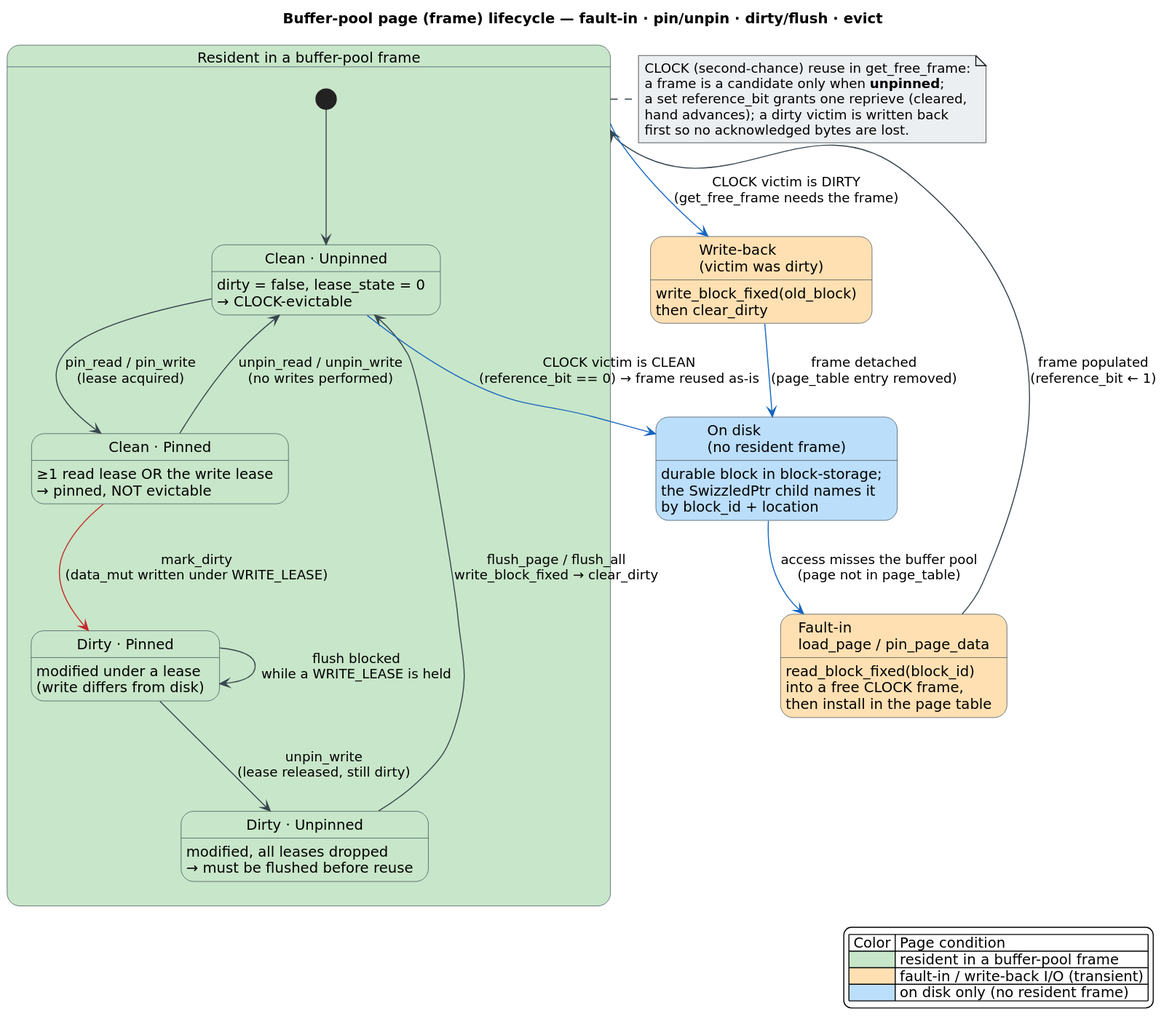
Before: docs/diagrams/buffer-page-lifecycle.svg, a diagram exported from PlantUML (vinary-tree/libdictenstein). Its source is kept beside it as docs/diagrams/src/buffer-page-lifecycle.puml.
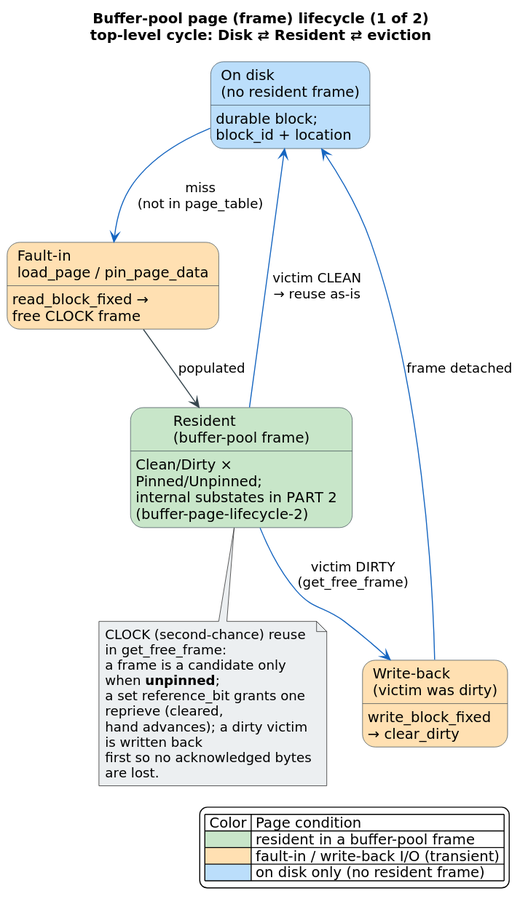
The same file after the commit.

Diff of the diagram source:
```diff
@@ -1,6 +1,7 @@
 @startuml buffer-page-lifecycle
 skinparam backgroundColor #FFFFFF
 skinparam defaultFontName "DejaVu Sans"
+skinparam wrapWidth 210
 skinparam shadowing false
 skinparam ArrowColor #37474F
 skinparam state {
@@ -8,40 +9,23 @@
   FontName "DejaVu Sans"
 }
 
-title Buffer-pool page (frame) lifecycle — fault-in · pin/unpin · dirty/flush · evict
+title Buffer-pool page (frame) lifecycle (1 of 2)\ntop-level cycle: Disk ⇄ Resident ⇄ eviction
 
-state "On disk\n(no resident frame)" as Disk #BBDEFB : durable block in block-storage;\nthe SwizzledPtr child names it\nby block_id + location
+state "On disk\n(no resident frame)" as Disk #BBDEFB : durable block;\nblock_id + location
 
-state "Fault-in\nload_page / pin_page_data" as FaultIn #FFE0B2 : read_block_fixed(block_id)\ninto a free CLOCK frame,\nthen install in the page table
+state "Fault-in\nload_page / pin_page_data" as FaultIn #FFE0B2 : read_block_fixed →\nfree CLOCK frame
 
-Disk -[#1565C0]-> FaultIn : access misses the buffer pool\n(page not in page_table)
-FaultIn --> Resident : frame populated\n(reference_bit ← 1)
+state "Resident\n(buffer-pool frame)" as Resident #C8E6C9 : Clean/Dirty × Pinned/Unpinned;\ninternal substates in PART 2\n(buffer-page-lifecycle-2)
 
-state "Resident in a buffer-pool frame" as Resident #C8E6C9 {
+state "Write-back\n(victim was dirty)" as WriteBack #FFE0B2 : write_block_fixed\n→ clear_dirty
 
-  state "Clean · Unpinned" as CleanUnpinned #C8E6C9 : dirty = false, lease_state = 0\n→ CLOCK-evictable
-  state "Clean · Pinned" as CleanPinned #C8E6C9 : ≥1 read lease OR the write lease\n→ pinned, NOT evictable
-  state "Dirty · Pinned" as DirtyPinned #C8E6C9 : modified under a lease\n(write differs from disk)
-  state "Dirty · Unpinned" as DirtyUnpinned #C8E6C9 : modified, all leases dropped\n→ must be flushed before reuse
+Disk -[#1565C0]-> FaultIn : miss\n(not in page_table)
+FaultIn --> Resident : populated
+Resident -[#1565C0]-> WriteBack : victim DIRTY\n(get_free_frame)
+WriteBack -[#1565C0]-> Disk : frame detached
+Resident -[#1565C0]-> Disk : victim CLEAN\n→ reuse as-is
 
-  [*] --> CleanUnpinned
-
-  CleanUnpinned --> CleanPinned : pin_read / pin_write\n(lease acquired)
-  CleanPinned --> CleanUnpinned : unpin_read / unpin_write\n(no writes performed)
-
-  CleanPinned -[#C62828]-> DirtyPinned : mark_dirty\n(data_mut written under WRITE_LEASE)
-  DirtyPinned --> DirtyUnpinned : unpin_write\n(lease released, still dirty)
-
-  DirtyUnpinned --> CleanUnpinned : flush_page / flush_all\nwrite_block_fixed → clear_dirty
-  DirtyPinned --> DirtyPinned : flush blocked\nwhile a WRITE_LEASE is held
-}
-
-Resident -[#1565C0]-> WriteBack : CLOCK victim is DIRTY\n(get_free_frame needs the frame)
-state "Write-back\n(victim was dirty)" as WriteBack #FFE0B2 : write_block_fixed(old_block)\nthen clear_dirty
-WriteBack -[#1565C0]-> Disk : frame detached\n(page_table entry removed)
-CleanUnpinned -[#1565C0]-> Disk : CLOCK victim is CLEAN\n(reference_bit == 0) → frame reused as-is
-
-note right of Resident #ECEFF1
+note bottom of Resident #ECEFF1
   CLOCK (second-chance) reuse in get_free_frame:
   a frame is a candidate only when **unpinned**;
   a set reference_bit grants one reprieve (cleared,
```
